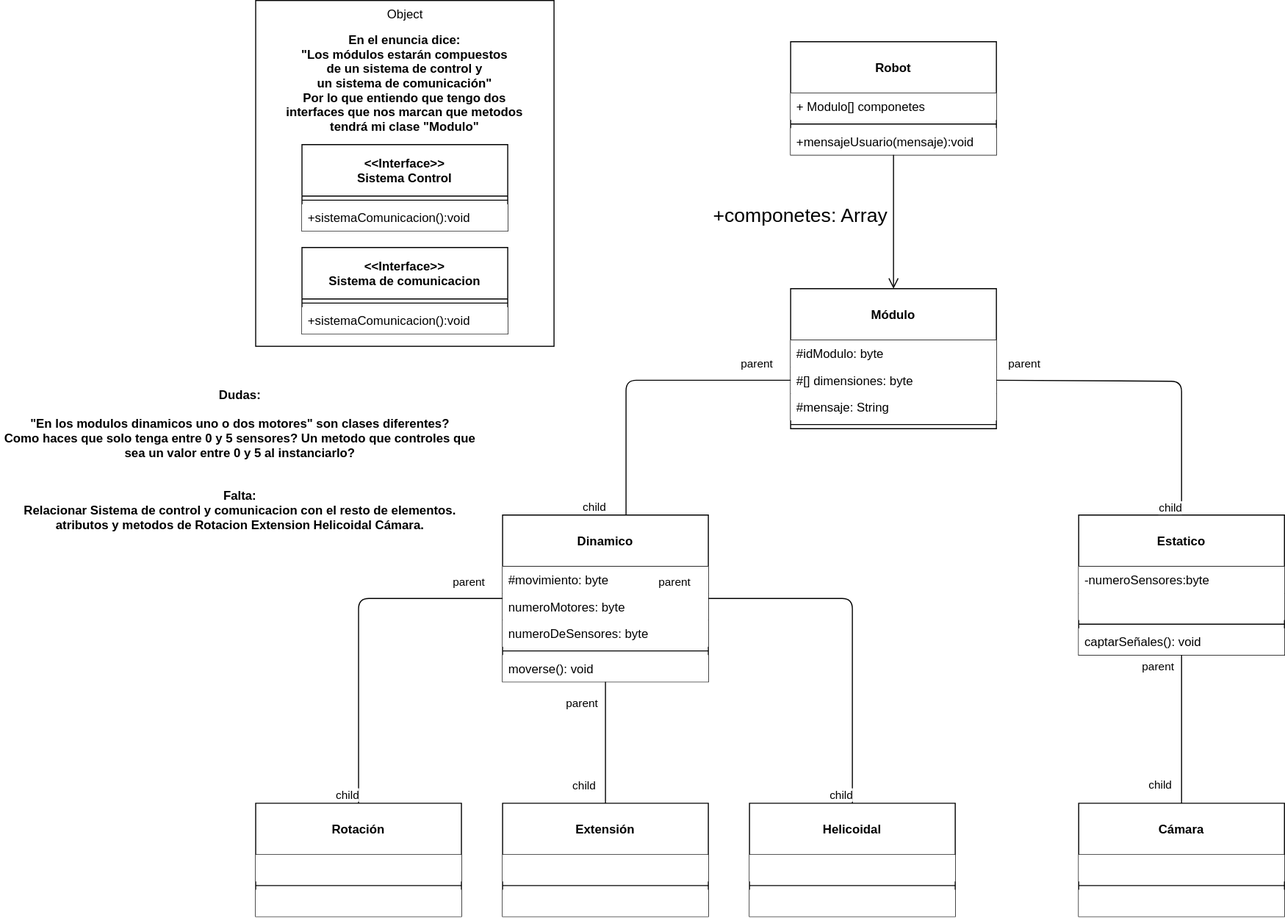
The draw.io diagram Diagramas UML/Ejercicio 4.drawio.svg in MateoCarballo/Ejercicios-Diagramas-AulaVirtual, before a commit. Source tidied: cells renumbered, new cells last; positions are measured from the earlier drawing's top-left corner, leaving out a move shared by most shapes.
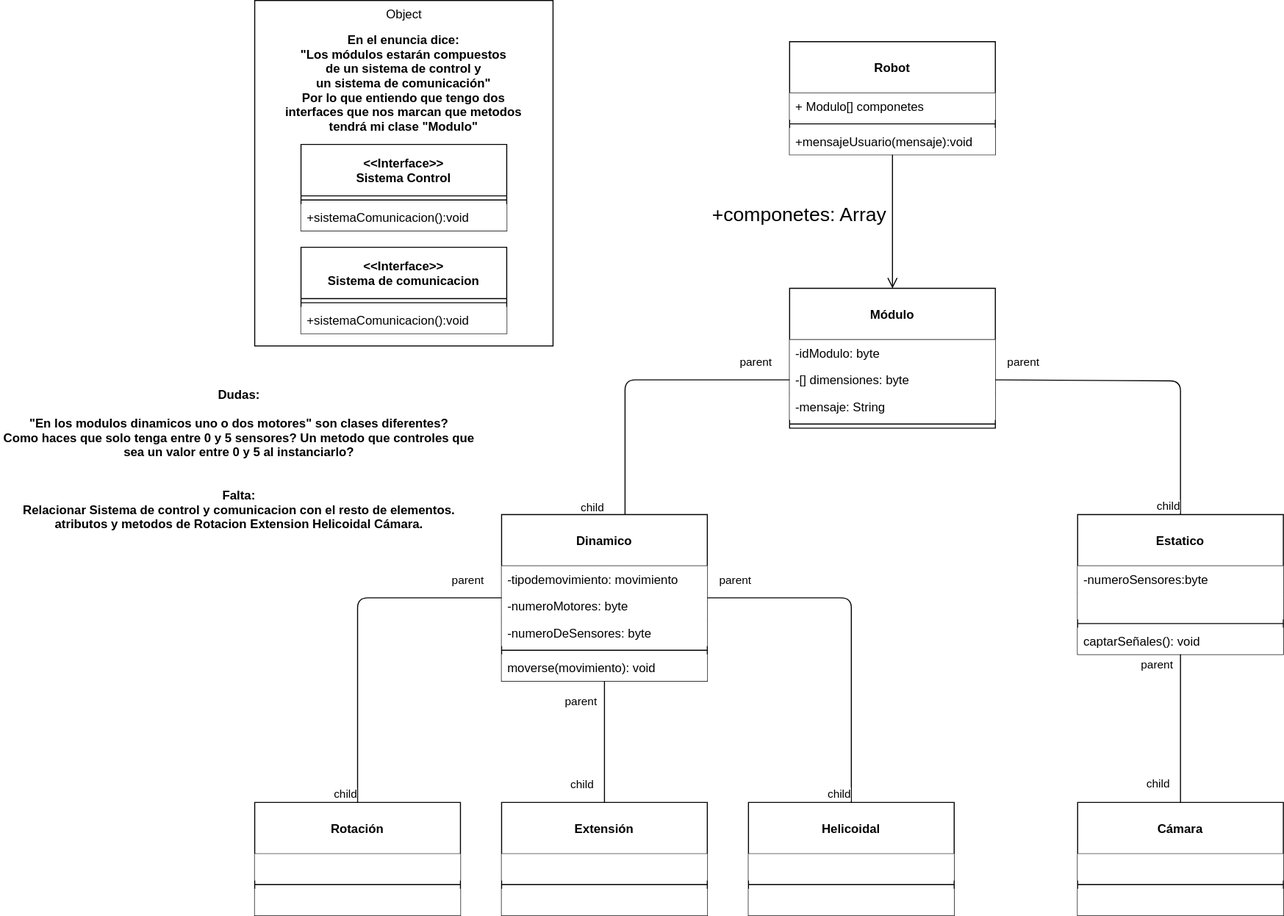
Later version of the same file.

Diff of the diagram source:
```diff
@@ -20,13 +20,13 @@
     <mxCell id="7" value="Módulo" style="swimlane;fontStyle=1;align=center;verticalAlign=middle;horizontal=1;startSize=50;" parent="1" vertex="1">
       <mxGeometry x="630" y="280" width="200" height="136" as="geometry" />
     </mxCell>
-    <mxCell id="8" value="#idModulo: byte" style="text;strokeColor=none;fillColor=default;align=left;verticalAlign=top;spacingLeft=4;spacingRight=4;overflow=hidden;" parent="7" vertex="1">
+    <mxCell id="8" value="-idModulo: byte" style="text;strokeColor=none;fillColor=default;align=left;verticalAlign=top;spacingLeft=4;spacingRight=4;overflow=hidden;" parent="7" vertex="1">
       <mxGeometry y="50" width="200" height="26" as="geometry" />
     </mxCell>
-    <mxCell id="9" value="#[] dimensiones: byte" style="text;strokeColor=none;fillColor=default;align=left;verticalAlign=top;spacingLeft=4;spacingRight=4;overflow=hidden;points=[[0,0.5],[1,0.5]];portConstraint=eastwest;" parent="7" vertex="1">
+    <mxCell id="9" value="-[] dimensiones: byte" style="text;strokeColor=none;fillColor=default;align=left;verticalAlign=top;spacingLeft=4;spacingRight=4;overflow=hidden;points=[[0,0.5],[1,0.5]];portConstraint=eastwest;" parent="7" vertex="1">
       <mxGeometry y="76" width="200" height="26" as="geometry" />
     </mxCell>
-    <mxCell id="10" value="#mensaje: String" style="text;strokeColor=none;fillColor=default;align=left;verticalAlign=top;spacingLeft=4;spacingRight=4;overflow=hidden;" parent="7" vertex="1">
+    <mxCell id="10" value="-mensaje: String" style="text;strokeColor=none;fillColor=default;align=left;verticalAlign=top;spacingLeft=4;spacingRight=4;overflow=hidden;" parent="7" vertex="1">
       <mxGeometry y="102" width="200" height="26" as="geometry" />
     </mxCell>
     <mxCell id="11" style="line;strokeWidth=1;fillColor=none;align=left;verticalAlign=middle;spacingTop=-1;spacingLeft=3;spacingRight=3;labelPosition=right;strokeColor=inherit;" parent="7" vertex="1">
@@ -52,19 +52,19 @@
     <mxCell id="15" value="Dinamico" style="swimlane;fontStyle=1;align=center;verticalAlign=middle;horizontal=1;startSize=50;" parent="1" vertex="1">
       <mxGeometry x="350" y="500" width="200" height="162" as="geometry" />
     </mxCell>
-    <mxCell id="16" value="#movimiento: byte" style="text;strokeColor=none;fillColor=default;align=left;verticalAlign=top;spacingLeft=4;spacingRight=4;overflow=hidden;" parent="15" vertex="1">
+    <mxCell id="16" value="-tipodemovimiento: movimiento" style="text;strokeColor=none;fillColor=default;align=left;verticalAlign=top;spacingLeft=4;spacingRight=4;overflow=hidden;" parent="15" vertex="1">
       <mxGeometry y="50" width="200" height="26" as="geometry" />
     </mxCell>
-    <mxCell id="17" value="numeroMotores: byte" style="text;strokeColor=none;fillColor=default;align=left;verticalAlign=top;spacingLeft=4;spacingRight=4;overflow=hidden;" parent="15" vertex="1">
+    <mxCell id="17" value="-numeroMotores: byte" style="text;strokeColor=none;fillColor=default;align=left;verticalAlign=top;spacingLeft=4;spacingRight=4;overflow=hidden;" parent="15" vertex="1">
       <mxGeometry y="76" width="200" height="26" as="geometry" />
     </mxCell>
-    <mxCell id="18" value="numeroDeSensores: byte" style="text;strokeColor=none;fillColor=default;align=left;verticalAlign=top;spacingLeft=4;spacingRight=4;overflow=hidden;" parent="15" vertex="1">
+    <mxCell id="18" value="-numeroDeSensores: byte" style="text;strokeColor=none;fillColor=default;align=left;verticalAlign=top;spacingLeft=4;spacingRight=4;overflow=hidden;" parent="15" vertex="1">
       <mxGeometry y="102" width="200" height="26" as="geometry" />
     </mxCell>
     <mxCell id="19" style="line;strokeWidth=1;fillColor=none;align=left;verticalAlign=middle;spacingTop=-1;spacingLeft=3;spacingRight=3;labelPosition=right;strokeColor=inherit;" parent="15" vertex="1">
       <mxGeometry y="128" width="200" height="8" as="geometry" />
     </mxCell>
-    <mxCell id="20" value="moverse(): void" style="text;strokeColor=none;fillColor=default;align=left;verticalAlign=top;spacingLeft=4;spacingRight=4;overflow=hidden;" parent="15" vertex="1">
+    <mxCell id="20" value="moverse(movimiento): void" style="text;strokeColor=none;fillColor=default;align=left;verticalAlign=top;spacingLeft=4;spacingRight=4;overflow=hidden;" parent="15" vertex="1">
       <mxGeometry y="136" width="200" height="26" as="geometry" />
     </mxCell>
     <mxCell id="21" value="Estatico" style="swimlane;fontStyle=1;align=center;verticalAlign=middle;horizontal=1;startSize=50;" parent="1" vertex="1">
@@ -117,7 +117,7 @@
     </mxCell>
     <mxCell id="33" value="parent" style="edgeLabel;html=1;align=left;verticalAlign=bottom;fillColor=default;" parent="32" vertex="1">
       <mxGeometry x="-1" relative="1" as="geometry">
-        <mxPoint x="-50" y="-9" as="offset" />
+        <mxPoint x="10" y="-9" as="offset" />
       </mxGeometry>
     </mxCell>
     <mxCell id="34" value="child" style="edgeLabel;html=1;align=right;verticalAlign=bottom;fillColor=default;" parent="32" vertex="1">
```
